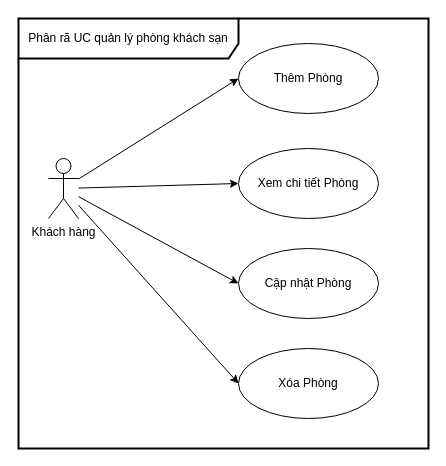
This is page "UC_QuanLyPhongKS" (6 of 6) of usecase-diagrams.drawio from KMA-TTCS-Nhom32/documents, a draw.io file, before an edit. Source tidied: cells renumbered, new cells numbered last; positions are measured from the earlier drawing's top-left corner, leaving out a move shared by most shapes. Both pictures are drawn from the tidied source at 100%, with x=0, y=0 at pixel (18, 18).
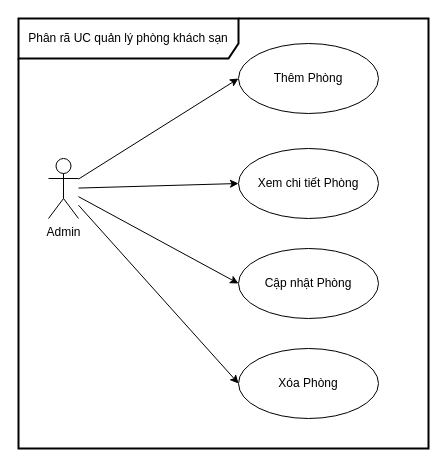
Above is the later version.

Diff of the diagram source:
```diff
@@
 <mxGraphModel>
   <root>
     <mxCell id="0" />
     <mxCell id="1" parent="0" />
     <mxCell id="2" style="rounded=0;jettySize=auto;html=1;entryX=0;entryY=0.5;entryDx=0;entryDy=0;" parent="1" edge="1" source="6" target="7">
       <mxGeometry relative="1" as="geometry" />
     </mxCell>
     <mxCell id="3" style="rounded=0;jettySize=auto;html=1;entryX=0;entryY=0.5;entryDx=0;entryDy=0;" parent="1" edge="1" source="6" target="8">
       <mxGeometry relative="1" as="geometry" />
     </mxCell>
     <mxCell id="4" style="rounded=0;jettySize=auto;html=1;entryX=0;entryY=0.5;entryDx=0;entryDy=0;" parent="1" edge="1" source="6" target="9">
       <mxGeometry relative="1" as="geometry" />
     </mxCell>
     <mxCell id="5" style="rounded=0;jettySize=auto;html=1;entryX=0;entryY=0.5;entryDx=0;entryDy=0;" parent="1" edge="1" source="6" target="11">
       <mxGeometry relative="1" as="geometry" />
     </mxCell>
-    <mxCell id="6" value="Khách hàng" style="shape=umlActor;verticalLabelPosition=bottom;verticalAlign=top;html=1;" parent="1" vertex="1">
+    <mxCell id="6" value="Admin" style="shape=umlActor;verticalLabelPosition=bottom;verticalAlign=top;html=1;" parent="1" vertex="1">
       <mxGeometry x="30" y="140" width="30" height="60" as="geometry" />
     </mxCell>
     <mxCell id="7" value="Thêm Phòng" style="ellipse;whiteSpace=wrap;html=1;" parent="1" vertex="1">
       <mxGeometry x="220" y="25" width="140" height="70" as="geometry" />
     </mxCell>
     <mxCell id="8" value="Xem chi tiết Phòng" style="ellipse;whiteSpace=wrap;html=1;" parent="1" vertex="1">
       <mxGeometry x="220" y="130" width="140" height="70" as="geometry" />
     </mxCell>
     <mxCell id="9" value="Cập nhật Phòng" style="ellipse;whiteSpace=wrap;html=1;" parent="1" vertex="1">
       <mxGeometry x="220" y="230" width="140" height="70" as="geometry" />
     </mxCell>
     <mxCell id="10" value="Phân rã UC quản lý phòng khách sạn" style="shape=umlFrame;whiteSpace=wrap;html=1;width=220;height=40;strokeWidth=2;" parent="1" vertex="1">
       <mxGeometry width="410" height="430" as="geometry" />
     </mxCell>
     <mxCell id="11" value="Xóa Phòng" style="ellipse;whiteSpace=wrap;html=1;" parent="1" vertex="1">
       <mxGeometry x="220" y="330" width="140" height="70" as="geometry" />
     </mxCell>
   </root>
 </mxGraphModel>
```
